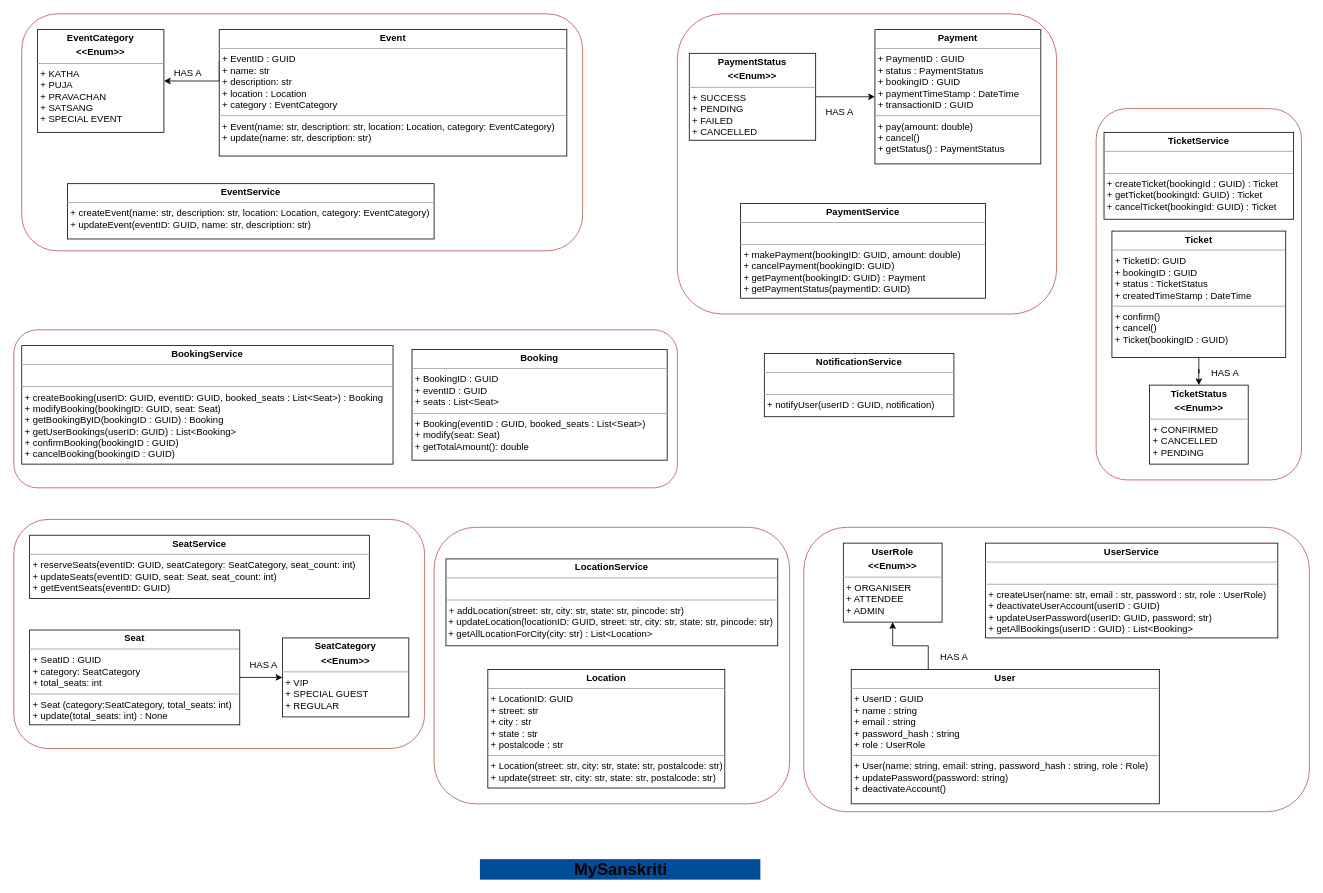
This is Class_diagram.drawio from Sheersendu/MySanskriti, a draw.io file, before an edit. Source tidied: cells renumbered, new cells numbered last; positions are measured from the earlier drawing's top-left corner, leaving out a move shared by most shapes. Both pictures are drawn from the tidied source at 79%, with x=0, y=0 at pixel (13, 13).
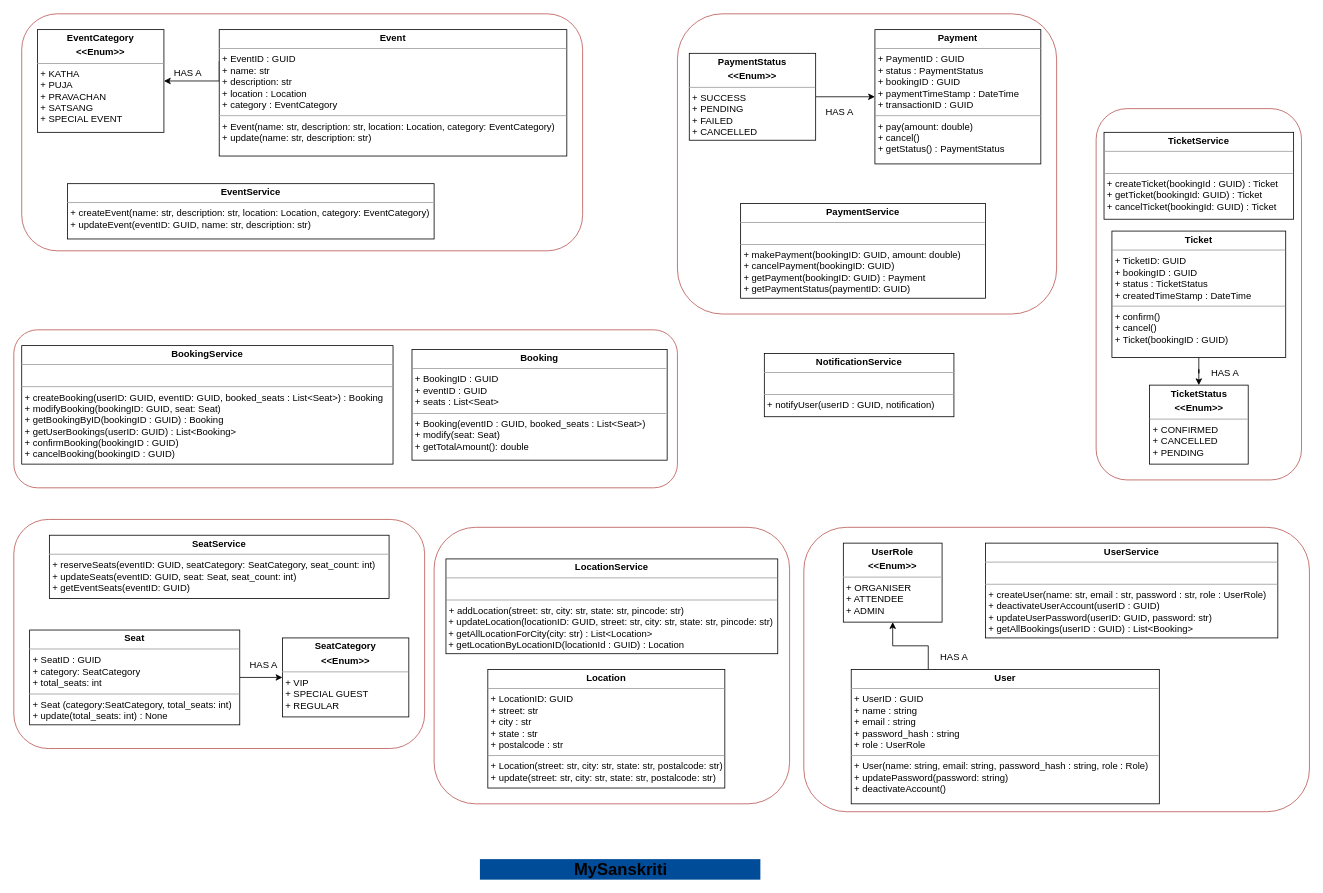
The same diagram, later.

Commit message (it also covers changes not shown here):
GET location by locationID

The edit, as a diff of the source:
```diff
@@
     <mxCell id="17" value="&lt;p style=&quot;margin:0px;margin-top:4px;text-align:center;&quot;&gt;&lt;b&gt;SeatService&lt;/b&gt;&lt;/p&gt;&lt;hr size=&quot;1&quot;&gt;&lt;p style=&quot;margin:0px;margin-left:4px;&quot;&gt;&lt;/p&gt;&lt;p style=&quot;margin:0px;margin-left:4px;&quot;&gt;+ reserveSeats(eventID: GUID, seatCategory: SeatCategory, seat_count: int)&lt;/p&gt;&lt;p style=&quot;margin:0px;margin-left:4px;&quot;&gt;+ updateSeats(eventID: GUID, seat: Seat, seat_count: int)&lt;/p&gt;&lt;p style=&quot;margin:0px;margin-left:4px;&quot;&gt;+ getEventSeats(eventID: GUID)&lt;/p&gt;" style="verticalAlign=top;align=left;overflow=fill;fontSize=12;fontFamily=Helvetica;html=1;whiteSpace=wrap;" parent="1" vertex="1">
-      <mxGeometry x="20" y="660" width="430" height="80" as="geometry" />
+      <mxGeometry x="45" y="660" width="430" height="80" as="geometry" />
     </mxCell>
@@
-    <mxCell id="23" value="&lt;p style=&quot;margin:0px;margin-top:4px;text-align:center;&quot;&gt;&lt;b&gt;LocationService&lt;/b&gt;&lt;/p&gt;&lt;hr size=&quot;1&quot;&gt;&lt;p style=&quot;margin:0px;margin-left:4px;&quot;&gt;&lt;br&gt;&lt;/p&gt;&lt;hr size=&quot;1&quot;&gt;&lt;p style=&quot;margin:0px;margin-left:4px;&quot;&gt;+ addLocation(street: str, city: str, state: str, pincode: str)&lt;/p&gt;&amp;nbsp;+ updateLocation(locationID: GUID, street: str, city: str, state: str, pincode: str)&lt;br&gt;&amp;nbsp;+ getAllLocationForCity(city: str) : List&amp;lt;Location&amp;gt;" style="verticalAlign=top;align=left;overflow=fill;fontSize=12;fontFamily=Helvetica;html=1;whiteSpace=wrap;" parent="1" vertex="1">
-      <mxGeometry x="547" y="690" width="420" height="110" as="geometry" />
+    <mxCell id="23" value="&lt;p style=&quot;margin:0px;margin-top:4px;text-align:center;&quot;&gt;&lt;b&gt;LocationService&lt;/b&gt;&lt;/p&gt;&lt;hr size=&quot;1&quot;&gt;&lt;p style=&quot;margin:0px;margin-left:4px;&quot;&gt;&lt;br&gt;&lt;/p&gt;&lt;hr size=&quot;1&quot;&gt;&lt;p style=&quot;margin:0px;margin-left:4px;&quot;&gt;+ addLocation(street: str, city: str, state: str, pincode: str)&lt;/p&gt;&amp;nbsp;+ updateLocation(locationID: GUID, street: str, city: str, state: str, pincode: str)&lt;br&gt;&amp;nbsp;+ getAllLocationForCity(city: str) : List&amp;lt;Location&amp;gt;&lt;br&gt;&amp;nbsp;+ getLocationByLocationID(locationId : GUID) : Location" style="verticalAlign=top;align=left;overflow=fill;fontSize=12;fontFamily=Helvetica;html=1;whiteSpace=wrap;" parent="1" vertex="1">
+      <mxGeometry x="547" y="690" width="420" height="120" as="geometry" />
     </mxCell>
```
